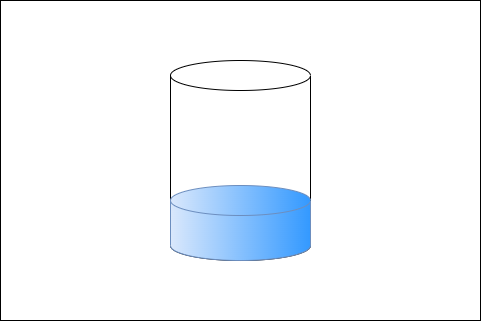
The draw.io diagram images/tanks/simple_tank_type_25.png in CrayJThiemsert/iot_theapp, before a commit. Source tidied: cells renumbered, new cells last; positions are measured from the earlier drawing's top-left corner, leaving out a move shared by most shapes. Its diagram source:
```xml
<mxGraphModel>
  <root>
    <mxCell id="0" />
    <mxCell id="1" parent="0" />
    <mxCell id="2" style="rounded=0;whiteSpace=wrap;html=1;" parent="1" vertex="1">
      <mxGeometry width="480" height="320" as="geometry" />
    </mxCell>
    <mxCell id="3" style="shape=cylinder3;whiteSpace=wrap;html=1;boundedLbl=1;backgroundOutline=1;size=15;rotation=0;" parent="1" vertex="1">
      <mxGeometry x="170" y="60" width="140" height="200" as="geometry" />
    </mxCell>
    <mxCell id="4" style="shape=cylinder3;whiteSpace=wrap;html=1;boundedLbl=1;backgroundOutline=1;size=15;rotation=0;fillColor=#dae8fc;gradientColor=#3399FF;strokeColor=#6c8ebf;gradientDirection=east;" parent="1" vertex="1">
      <mxGeometry x="170" y="185" width="140" height="75" as="geometry" />
    </mxCell>
  </root>
</mxGraphModel>
```
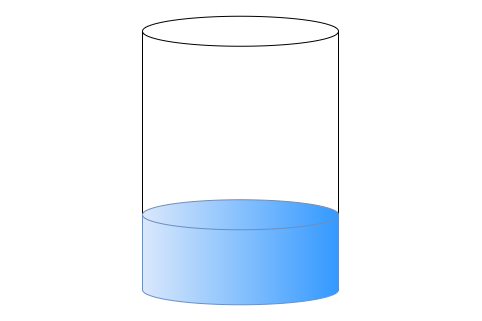
The same diagram one commit later.

Commit message:
- Added "Tank Filled Level" notification settings in the device detail screen.

Change to the diagram source:
```diff
@@ -2,14 +2,14 @@
   <root>
     <mxCell id="0" />
     <mxCell id="1" parent="0" />
-    <mxCell id="2" style="rounded=0;whiteSpace=wrap;html=1;" parent="1" vertex="1">
-      <mxGeometry width="480" height="320" as="geometry" />
+    <mxCell id="2" style="rounded=0;whiteSpace=wrap;html=1;strokeColor=none;fillColor=none;" parent="1" vertex="1">
+      <mxGeometry x="720" width="480" height="320" as="geometry" />
     </mxCell>
     <mxCell id="3" style="shape=cylinder3;whiteSpace=wrap;html=1;boundedLbl=1;backgroundOutline=1;size=15;rotation=0;" parent="1" vertex="1">
-      <mxGeometry x="170" y="60" width="140" height="200" as="geometry" />
+      <mxGeometry x="862" y="15.8" width="196" height="287" as="geometry" />
     </mxCell>
     <mxCell id="4" style="shape=cylinder3;whiteSpace=wrap;html=1;boundedLbl=1;backgroundOutline=1;size=15;rotation=0;fillColor=#dae8fc;gradientColor=#3399FF;strokeColor=#6c8ebf;gradientDirection=east;" parent="1" vertex="1">
-      <mxGeometry x="170" y="185" width="140" height="75" as="geometry" />
+      <mxGeometry x="862" y="199.2" width="196" height="105" as="geometry" />
     </mxCell>
   </root>
 </mxGraphModel>
```
